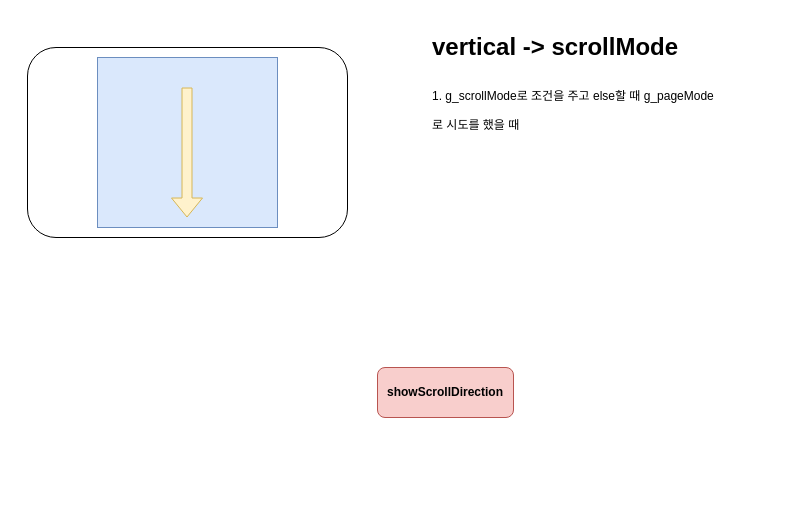
The draw.io diagram Untitled Diagram.drawio in junhee916/basic_Modify, before the edit. Source tidied: cells renumbered, new cells numbered last; positions are measured from the earlier drawing's top-left corner, leaving out a move shared by most shapes. Both pictures are drawn from the tidied source at 100%, with x=0, y=0 at pixel (27, 27).
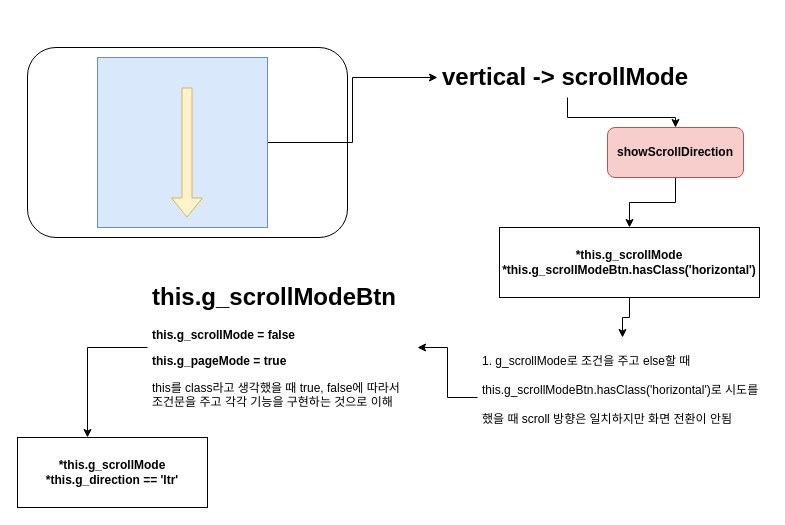
Above is the later version.

Change to the diagram source:
```diff
@@
+    <mxCell id="7" style="edgeStyle=orthogonalEdgeStyle;rounded=0;jettySize=auto;html=1;entryX=0;entryY=0.5;entryDx=0;entryDy=0;" parent="1" edge="1" source="3" target="6">
+      <mxGeometry relative="1" as="geometry" />
+    </mxCell>
     <mxCell id="3" style="rounded=0;whiteSpace=wrap;html=1;fillColor=#dae8fc;strokeColor=#6c8ebf;" parent="1" vertex="1">
-      <mxGeometry x="70" y="30" width="180" height="170" as="geometry" />
+      <mxGeometry x="70" y="30" width="170" height="170" as="geometry" />
     </mxCell>
@@
+    <mxCell id="8" style="edgeStyle=orthogonalEdgeStyle;rounded=0;jettySize=auto;html=1;entryX=0.5;entryY=0;entryDx=0;entryDy=0;" parent="1" edge="1" source="5" target="14">
+      <mxGeometry relative="1" as="geometry" />
+    </mxCell>
     <mxCell id="5" value="&lt;b&gt;showScrollDirection&lt;/b&gt;" style="rounded=1;whiteSpace=wrap;html=1;fillColor=#f8cecc;strokeColor=#b85450;" parent="1" vertex="1">
-      <mxGeometry x="350" y="340" width="136" height="50" as="geometry" />
+      <mxGeometry x="580" y="100" width="136" height="50" as="geometry" />
     </mxCell>
+    <mxCell id="9" style="edgeStyle=orthogonalEdgeStyle;rounded=0;jettySize=auto;html=1;entryX=0.5;entryY=0;entryDx=0;entryDy=0;" parent="1" edge="1" source="6" target="5">
+      <mxGeometry relative="1" as="geometry" />
+    </mxCell>
-    <mxCell id="6" value="&lt;h1&gt;&lt;span&gt;vertical -&amp;gt; scrollMode&lt;/span&gt;&lt;/h1&gt;&lt;h1&gt;&lt;span style=&quot;font-size: 12px ; font-weight: 400&quot;&gt;1. g_scrollMode로 조건을 주고 else할 때 g_pageMode로 시도를 했을 때&amp;nbsp;&lt;/span&gt;&lt;/h1&gt;" style="text;html=1;strokeColor=none;fillColor=none;spacing=5;spacingTop=-20;whiteSpace=wrap;overflow=hidden;rounded=0;" parent="1" vertex="1">
-      <mxGeometry x="400" width="300" height="220" as="geometry" />
+    <mxCell id="6" value="&lt;h1&gt;&lt;span&gt;vertical -&amp;gt; scrollMode&lt;/span&gt;&lt;/h1&gt;" style="text;html=1;strokeColor=none;fillColor=none;spacing=5;spacingTop=-20;whiteSpace=wrap;overflow=hidden;rounded=0;" parent="1" vertex="1">
+      <mxGeometry x="410" y="30" width="260" height="40" as="geometry" />
     </mxCell>
+    <mxCell id="10" style="edgeStyle=orthogonalEdgeStyle;rounded=0;jettySize=auto;html=1;entryX=1;entryY=0.5;entryDx=0;entryDy=0;" parent="1" edge="1" source="11" target="16">
+      <mxGeometry relative="1" as="geometry" />
+    </mxCell>
+    <mxCell id="11" value="&lt;h1&gt;&lt;span style=&quot;font-size: 12px ; font-weight: 400&quot;&gt;1. g_scrollMode로 조건을 주고 else할 때 this.g_scrollModeBtn.hasClass('horizontal')로 시도를 했을 때 scroll 방향은 일치하지만 화면 전환이 안됨&amp;nbsp;&lt;/span&gt;&lt;/h1&gt;" style="text;html=1;strokeColor=none;fillColor=none;spacing=5;spacingTop=-20;whiteSpace=wrap;overflow=hidden;rounded=0;" parent="1" vertex="1">
+      <mxGeometry x="450" y="310" width="290" height="120" as="geometry" />
+    </mxCell>
+    <mxCell id="12" style="edgeStyle=orthogonalEdgeStyle;rounded=0;orthogonalLoop=1;jettySize=auto;html=1;exitX=0.5;exitY=1;exitDx=0;exitDy=0;" parent="1" edge="1" source="5" target="5">
+      <mxGeometry relative="1" as="geometry" />
+    </mxCell>
+    <mxCell id="13" style="edgeStyle=orthogonalEdgeStyle;rounded=0;jettySize=auto;html=1;entryX=0.5;entryY=0;entryDx=0;entryDy=0;" parent="1" edge="1" source="14" target="11">
+      <mxGeometry relative="1" as="geometry" />
+    </mxCell>
+    <mxCell id="14" value="&lt;b&gt;*this.g_scrollMode&lt;br&gt;*this.g_scrollModeBtn.hasClass('horizontal')&lt;/b&gt;" style="rounded=0;whiteSpace=wrap;html=1;" parent="1" vertex="1">
+      <mxGeometry x="472" y="200" width="260" height="70" as="geometry" />
+    </mxCell>
+    <mxCell id="15" style="edgeStyle=orthogonalEdgeStyle;rounded=0;jettySize=auto;html=1;" parent="1" edge="1" source="16" target="17">
+      <mxGeometry relative="1" as="geometry">
+        <Array as="points">
+          <mxPoint x="60" y="320" />
+        </Array>
+      </mxGeometry>
+    </mxCell>
+    <mxCell id="16" value="&lt;h1&gt;this.g_scrollModeBtn&lt;/h1&gt;&lt;p&gt;&lt;b&gt;this.g_scrollMode = false&lt;/b&gt;&lt;/p&gt;&lt;p&gt;&lt;b&gt;this.g_pageMode = true&amp;nbsp;&lt;/b&gt;&lt;/p&gt;&lt;p&gt;this를 class라고 생각했을 때 true, false에 따라서 조건문을 주고 각각 기능을 구현하는 것으로 이해&lt;/p&gt;" style="text;html=1;strokeColor=none;fillColor=none;spacing=5;spacingTop=-20;whiteSpace=wrap;overflow=hidden;rounded=0;" parent="1" vertex="1">
+      <mxGeometry x="120" y="250" width="270" height="140" as="geometry" />
+    </mxCell>
+    <mxCell id="17" value="&lt;b&gt;*this.g_scrollMode&lt;br&gt;*this.g_direction == 'ltr'&lt;/b&gt;" style="rounded=0;whiteSpace=wrap;html=1;" parent="1" vertex="1">
+      <mxGeometry x="-10" y="410" width="190" height="70" as="geometry" />
+    </mxCell>
```
